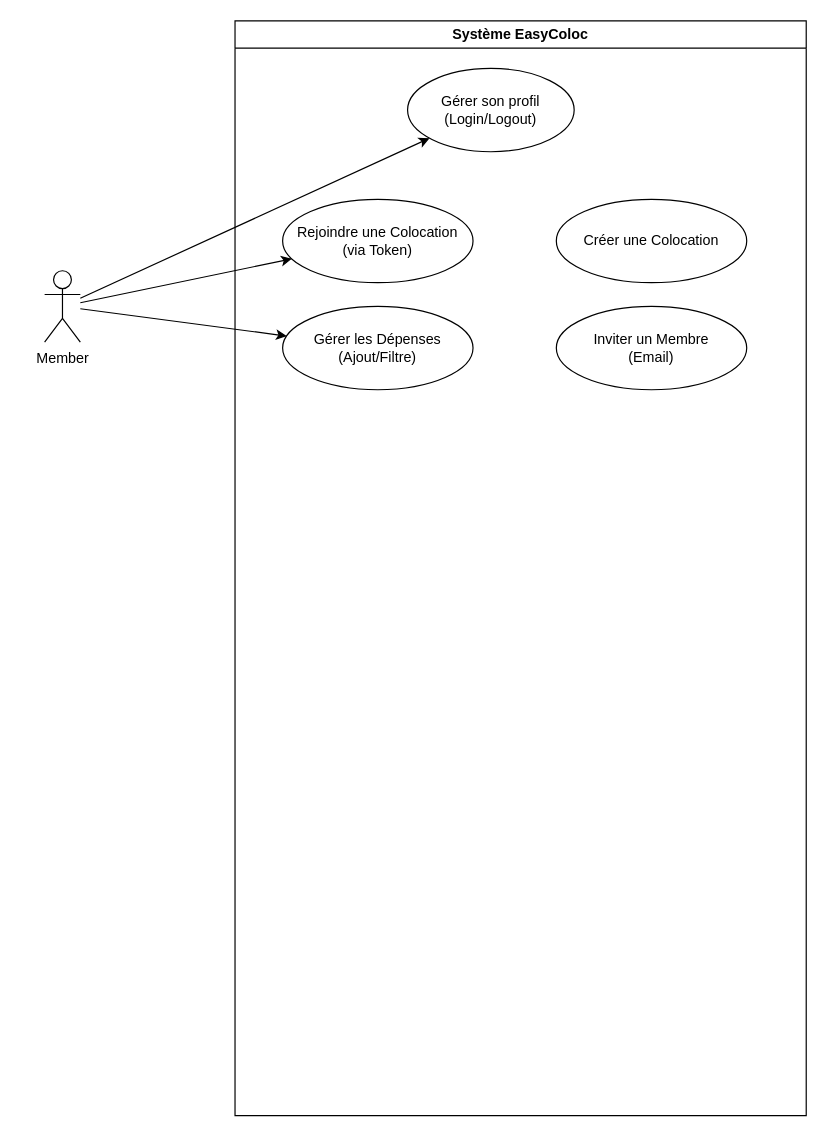
Before: useCaseDiagram.drawio in 10LOKI/EasyColoc, a draw.io diagram. Source tidied: cells renumbered, new cells numbered last; positions are measured from the earlier drawing's top-left corner, leaving out a move shared by most shapes. Both pictures are drawn from the tidied source at 119%, with x=0, y=0 at pixel (44, 20).
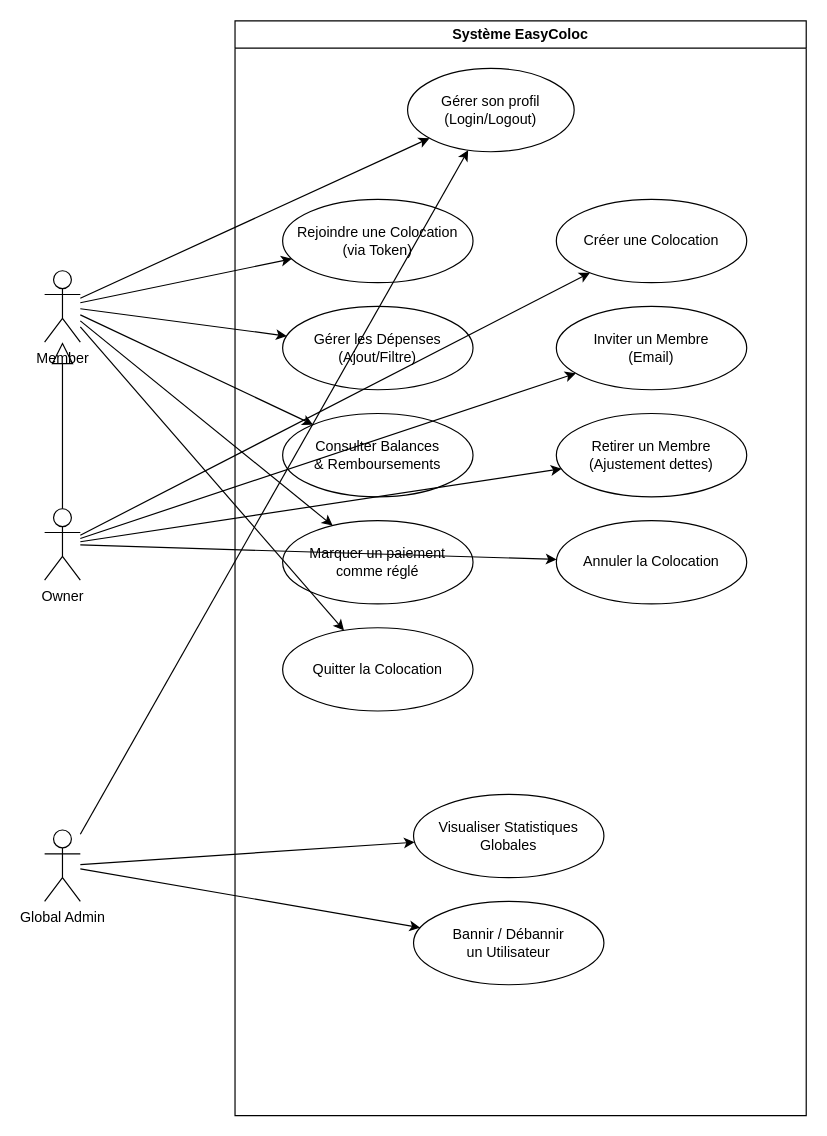
After the change.

Commit message:
le diagramme de cas d'utilisation

Unchanged cells that the change refers to:
```xml
<mxCell id="2" value="Système EasyColoc" style="swimlane;whiteSpace=wrap;html=1;startSize=23;" parent="1" vertex="1">
  <mxGeometry x="160" width="480" height="920" as="geometry" />
</mxCell>
<mxCell id="3" value="Gérer son profil&lt;br&gt;(Login/Logout)" style="ellipse;whiteSpace=wrap;html=1;" parent="2" vertex="1">
  <mxGeometry x="145" y="40" width="140" height="70" as="geometry" />
</mxCell>
<mxCell id="6" value="Créer une Colocation" style="ellipse;whiteSpace=wrap;html=1;" parent="2" vertex="1">
  <mxGeometry x="270" y="150" width="160" height="70" as="geometry" />
</mxCell>
<mxCell id="7" value="Inviter un Membre&lt;br&gt;(Email)" style="ellipse;whiteSpace=wrap;html=1;" parent="2" vertex="1">
  <mxGeometry x="270" y="240" width="160" height="70" as="geometry" />
</mxCell>
<mxCell id="8" value="Member" style="shape=umlActor;verticalLabelPosition=bottom;verticalAlign=top;html=1;outlineConnect=0;" parent="1" vertex="1">
  <mxGeometry y="210" width="30" height="60" as="geometry" />
</mxCell>
```

What changed in the source:
```diff
@@
+    <mxCell id="12" value="Consulter Balances&lt;br&gt;&amp;amp; Remboursements" style="ellipse;whiteSpace=wrap;html=1;" parent="2" vertex="1">
+      <mxGeometry x="40" y="330" width="160" height="70" as="geometry" />
+    </mxCell>
+    <mxCell id="13" value="Marquer un paiement&lt;br&gt;comme réglé" style="ellipse;whiteSpace=wrap;html=1;" parent="2" vertex="1">
+      <mxGeometry x="40" y="420" width="160" height="70" as="geometry" />
+    </mxCell>
+    <mxCell id="14" value="Quitter la Colocation" style="ellipse;whiteSpace=wrap;html=1;" parent="2" vertex="1">
+      <mxGeometry x="40" y="510" width="160" height="70" as="geometry" />
+    </mxCell>
@@
+    <mxCell id="15" value="Retirer un Membre&lt;br&gt;(Ajustement dettes)" style="ellipse;whiteSpace=wrap;html=1;" parent="2" vertex="1">
+      <mxGeometry x="270" y="330" width="160" height="70" as="geometry" />
+    </mxCell>
+    <mxCell id="16" value="Annuler la Colocation" style="ellipse;whiteSpace=wrap;html=1;" parent="2" vertex="1">
+      <mxGeometry x="270" y="420" width="160" height="70" as="geometry" />
+    </mxCell>
+    <mxCell id="17" value="Visualiser Statistiques&lt;br&gt;Globales" style="ellipse;whiteSpace=wrap;html=1;" parent="2" vertex="1">
+      <mxGeometry x="150" y="650" width="160" height="70" as="geometry" />
+    </mxCell>
+    <mxCell id="18" value="Bannir / Débannir&lt;br&gt;un Utilisateur" style="ellipse;whiteSpace=wrap;html=1;" parent="2" vertex="1">
+      <mxGeometry x="150" y="740" width="160" height="70" as="geometry" />
+    </mxCell>
@@
+    <mxCell id="19" value="Owner" style="shape=umlActor;verticalLabelPosition=bottom;verticalAlign=top;html=1;outlineConnect=0;" parent="1" vertex="1">
+      <mxGeometry y="410" width="30" height="60" as="geometry" />
+    </mxCell>
+    <mxCell id="20" value="Global Admin" style="shape=umlActor;verticalLabelPosition=bottom;verticalAlign=top;html=1;outlineConnect=0;" parent="1" vertex="1">
+      <mxGeometry y="680" width="30" height="60" as="geometry" />
+    </mxCell>
@@
+    <mxCell id="21" parent="1" edge="1" source="8" target="12">
+      <mxGeometry relative="1" as="geometry" />
+    </mxCell>
+    <mxCell id="22" parent="1" edge="1" source="8" target="13">
+      <mxGeometry relative="1" as="geometry" />
+    </mxCell>
+    <mxCell id="23" parent="1" edge="1" source="8" target="14">
+      <mxGeometry relative="1" as="geometry" />
+    </mxCell>
+    <mxCell id="24" style="endArrow=block;endSize=16;endFill=0;html=1;rounded=0;" parent="1" edge="1" source="19" target="8">
+      <mxGeometry relative="1" as="geometry" />
+    </mxCell>
+    <mxCell id="25" parent="1" edge="1" source="19" target="6">
+      <mxGeometry relative="1" as="geometry" />
+    </mxCell>
+    <mxCell id="26" parent="1" edge="1" source="19" target="7">
+      <mxGeometry relative="1" as="geometry" />
+    </mxCell>
+    <mxCell id="27" parent="1" edge="1" source="19" target="15">
+      <mxGeometry relative="1" as="geometry" />
+    </mxCell>
+    <mxCell id="28" parent="1" edge="1" source="19" target="16">
+      <mxGeometry relative="1" as="geometry" />
+    </mxCell>
+    <mxCell id="29" parent="1" edge="1" source="20" target="17">
+      <mxGeometry relative="1" as="geometry" />
+    </mxCell>
+    <mxCell id="30" parent="1" edge="1" source="20" target="18">
+      <mxGeometry relative="1" as="geometry" />
+    </mxCell>
+    <mxCell id="31" parent="1" edge="1" source="20" target="3">
+      <mxGeometry relative="1" as="geometry" />
+    </mxCell>
```
